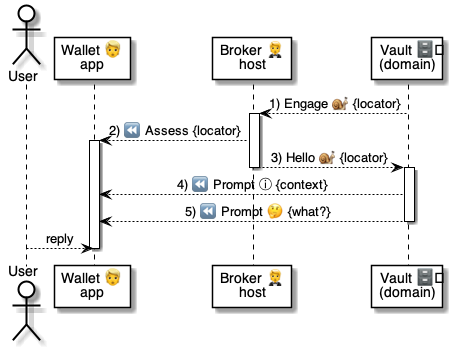
Above: 4 ⚙️ Solution/41 🎭 Domain Roles/Vaults 🗄️/🗄️⏩ Vault flows/Engage 🗄️⏩💬/🗄️ Engage ⚙️ uml.png in pollyweb-org/pollyweb-docs (PlantUML), before the change. Its source is kept beside it as 4 ⚙️ Solution/41 🎭 Domain Roles/Vaults 🗄️/🗄️⏩ Vault flows/Engage 🗄️⏩💬/🗄️ Engage ⚙️ uml.puml.
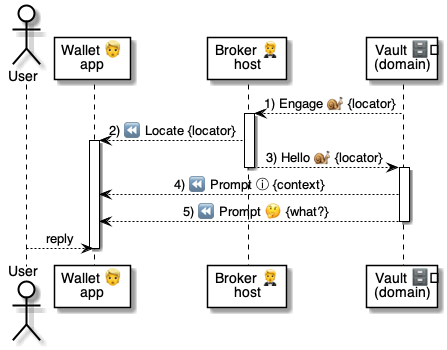
After the change.

What changed in the source:
```diff
@@ -8,7 +8,7 @@
 vault --> broker: 1) Engage 🐌 {locator}
 
 activate broker
-    broker --> wallet: 2) ⏪ Assess {locator}
+    broker --> wallet: 2) ⏪ Locate {locator}
     activate wallet
     broker --> vault: 3) Hello 🐌 {locator}
 deactivate broker
```
